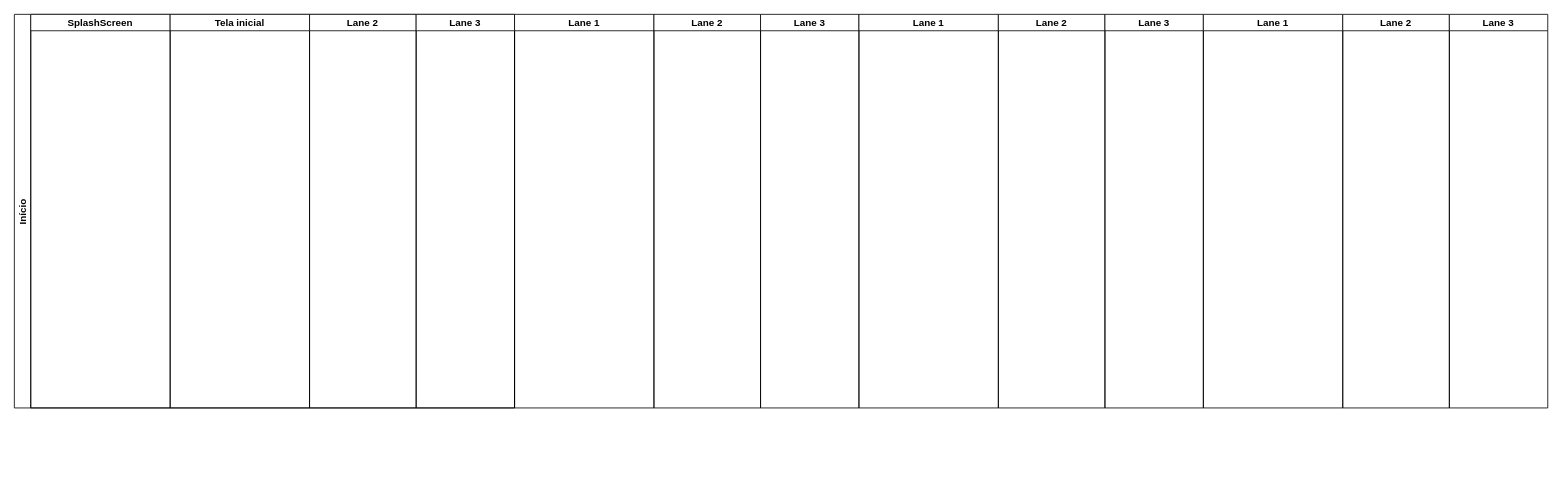
Before: page "Cliente" (1 of 2) of diagrama_de_atividades.drawio in VicMCA/CesarNExT, a draw.io diagram. Source tidied: cells renumbered, new cells numbered last; positions are measured from the earlier drawing's top-left corner, leaving out a move shared by most shapes. Both pictures are drawn from the tidied source at 82%, with x=0, y=0 at pixel (14, 14).
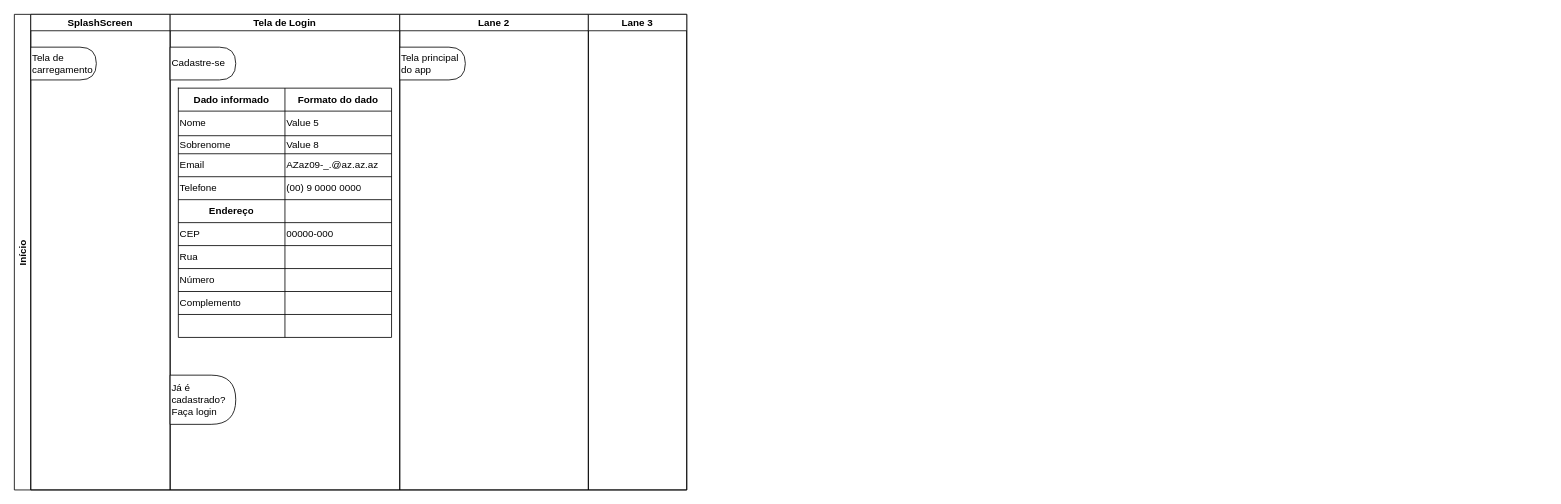
After the change.

The edit, as a diff of the source:
```diff
@@
-    <mxCell id="2" value="Início" style="swimlane;startSize=20;horizontal=0;rounded=0;sketch=0;" parent="1" vertex="1">
-      <mxGeometry width="610" height="480" as="geometry" />
+    <mxCell id="2" value="Início" style="swimlane;startSize=20;horizontal=0;rounded=0;sketch=0;fillColor=default;strokeColor=#000000;" parent="1" vertex="1">
+      <mxGeometry width="820" height="580" as="geometry" />
     </mxCell>
     <mxCell id="3" value="SplashScreen" style="swimlane;startSize=20;rounded=0;sketch=0;" parent="2" vertex="1">
-      <mxGeometry x="20" width="170" height="480" as="geometry" />
+      <mxGeometry x="20" width="170" height="580" as="geometry" />
     </mxCell>
+    <mxCell id="16" value="Tela de carregamento" style="shape=delay;whiteSpace=wrap;html=1;rounded=0;sketch=0;align=left;" parent="3" vertex="1">
+      <mxGeometry y="40" width="80" height="40" as="geometry" />
+    </mxCell>
-    <mxCell id="4" value="Tela inicial" style="swimlane;startSize=20;rounded=0;sketch=0;" parent="2" vertex="1">
-      <mxGeometry x="190" width="170" height="480" as="geometry" />
+    <mxCell id="4" value="Tela de Login" style="swimlane;startSize=20;rounded=0;sketch=0;" parent="2" vertex="1">
+      <mxGeometry x="190" width="280" height="580" as="geometry" />
     </mxCell>
+    <mxCell id="17" value="Cadastre-se" style="shape=delay;whiteSpace=wrap;html=1;rounded=0;sketch=0;align=left;" parent="4" vertex="1">
+      <mxGeometry y="40" width="80" height="40" as="geometry" />
+    </mxCell>
+    <mxCell id="18" value="Já é cadastrado? Faça login" style="shape=delay;whiteSpace=wrap;html=1;rounded=0;sketch=0;align=left;" parent="4" vertex="1">
+      <mxGeometry y="440" width="80" height="60" as="geometry" />
+    </mxCell>
+    <mxCell id="19" style="shape=table;html=1;whiteSpace=wrap;startSize=0;childLayout=tableLayout;columnLines=1;rowLines=1;rounded=0;labelBackgroundColor=#FFFFFF;sketch=0;align=left;labelBorderColor=#000000;" parent="4" vertex="1">
+      <mxGeometry x="10" y="90" width="260" height="304" as="geometry" />
+    </mxCell>
+    <mxCell id="20" style="shape=partialRectangle;html=1;whiteSpace=wrap;fillColor=none;top=0;left=0;bottom=0;right=0;rounded=0;labelBackgroundColor=#FFFFFF;sketch=0;fontColor=#000000;strokeColor=#000000;align=left;" parent="19" vertex="1">
+      <mxGeometry width="260" height="28" as="geometry" />
+    </mxCell>
+    <mxCell id="21" value="Dado informado" style="shape=partialRectangle;html=1;whiteSpace=wrap;fillColor=none;top=0;left=0;bottom=0;right=0;overflow=hidden;rounded=0;labelBackgroundColor=#FFFFFF;sketch=0;fontColor=#000000;strokeColor=#000000;align=center;fontStyle=1;" parent="20" vertex="1">
+      <mxGeometry width="130" height="28" as="geometry" />
+    </mxCell>
+    <mxCell id="22" value="Formato do dado&lt;span style=&quot;white-space: pre&quot;&gt;&lt;/span&gt;" style="shape=partialRectangle;html=1;whiteSpace=wrap;fillColor=none;top=0;left=0;bottom=0;right=0;overflow=hidden;rounded=0;labelBackgroundColor=#FFFFFF;sketch=0;fontColor=#000000;strokeColor=#000000;align=center;fontStyle=1;" parent="20" vertex="1">
+      <mxGeometry x="130" width="130" height="28" as="geometry" />
+    </mxCell>
+    <mxCell id="23" style="shape=partialRectangle;html=1;whiteSpace=wrap;fillColor=none;top=0;left=0;bottom=0;right=0;rounded=0;labelBackgroundColor=#FFFFFF;sketch=0;fontColor=#000000;strokeColor=#000000;align=left;" parent="19" vertex="1">
+      <mxGeometry y="28" width="260" height="30" as="geometry" />
+    </mxCell>
+    <mxCell id="24" value="Nome" style="shape=partialRectangle;html=1;whiteSpace=wrap;fillColor=none;top=0;left=0;bottom=0;right=0;overflow=hidden;rounded=0;labelBackgroundColor=#FFFFFF;sketch=0;fontColor=#000000;strokeColor=#000000;align=left;" parent="23" vertex="1">
+      <mxGeometry width="130" height="30" as="geometry" />
+    </mxCell>
+    <mxCell id="25" value="Value 5" style="shape=partialRectangle;html=1;whiteSpace=wrap;fillColor=none;top=0;left=0;bottom=0;right=0;overflow=hidden;rounded=0;labelBackgroundColor=#FFFFFF;sketch=0;fontColor=#000000;strokeColor=#000000;align=left;" parent="23" vertex="1">
+      <mxGeometry x="130" width="130" height="30" as="geometry" />
+    </mxCell>
+    <mxCell id="26" style="shape=partialRectangle;html=1;whiteSpace=wrap;fillColor=none;top=0;left=0;bottom=0;right=0;rounded=0;labelBackgroundColor=#FFFFFF;sketch=0;fontColor=#000000;strokeColor=#000000;align=left;" parent="19" vertex="1">
+      <mxGeometry y="58" width="260" height="22" as="geometry" />
+    </mxCell>
+    <mxCell id="27" value="Sobrenome" style="shape=partialRectangle;html=1;whiteSpace=wrap;fillColor=none;top=0;left=0;bottom=0;right=0;overflow=hidden;rounded=0;labelBackgroundColor=#FFFFFF;sketch=0;fontColor=#000000;strokeColor=#000000;align=left;" parent="26" vertex="1">
+      <mxGeometry width="130" height="22" as="geometry" />
+    </mxCell>
+    <mxCell id="28" value="Value 8" style="shape=partialRectangle;html=1;whiteSpace=wrap;fillColor=none;top=0;left=0;bottom=0;right=0;overflow=hidden;rounded=0;labelBackgroundColor=#FFFFFF;sketch=0;fontColor=#000000;strokeColor=#000000;align=left;" parent="26" vertex="1">
+      <mxGeometry x="130" width="130" height="22" as="geometry" />
+    </mxCell>
+    <mxCell id="29" style="shape=partialRectangle;html=1;whiteSpace=wrap;fillColor=none;top=0;left=0;bottom=0;right=0;rounded=0;labelBackgroundColor=#FFFFFF;sketch=0;fontColor=#000000;strokeColor=#000000;align=left;" parent="19" vertex="1">
+      <mxGeometry y="80" width="260" height="28" as="geometry" />
+    </mxCell>
+    <mxCell id="30" value="Email" style="shape=partialRectangle;html=1;whiteSpace=wrap;fillColor=none;top=0;left=0;bottom=0;right=0;overflow=hidden;rounded=0;labelBackgroundColor=#FFFFFF;sketch=0;fontColor=#000000;strokeColor=#000000;align=left;" parent="29" vertex="1">
+      <mxGeometry width="130" height="28" as="geometry" />
+    </mxCell>
+    <mxCell id="31" value="AZaz09-_.@az.az.az" style="shape=partialRectangle;html=1;whiteSpace=wrap;fillColor=none;top=0;left=0;bottom=0;right=0;overflow=hidden;rounded=0;labelBackgroundColor=#FFFFFF;sketch=0;fontColor=#000000;strokeColor=#000000;align=left;" parent="29" vertex="1">
+      <mxGeometry x="130" width="130" height="28" as="geometry" />
+    </mxCell>
+    <mxCell id="32" style="shape=partialRectangle;html=1;whiteSpace=wrap;fillColor=none;top=0;left=0;bottom=0;right=0;rounded=0;labelBackgroundColor=#FFFFFF;sketch=0;fontColor=#000000;strokeColor=#000000;align=left;" parent="19" vertex="1">
+      <mxGeometry y="108" width="260" height="28" as="geometry" />
+    </mxCell>
+    <mxCell id="33" value="Telefone" style="shape=partialRectangle;html=1;whiteSpace=wrap;fillColor=none;top=0;left=0;bottom=0;right=0;overflow=hidden;rounded=0;labelBackgroundColor=#FFFFFF;sketch=0;fontColor=#000000;strokeColor=#000000;align=left;" parent="32" vertex="1">
+      <mxGeometry width="130" height="28" as="geometry" />
+    </mxCell>
+    <mxCell id="34" value="(00) 9 0000 0000" style="shape=partialRectangle;html=1;whiteSpace=wrap;fillColor=none;top=0;left=0;bottom=0;right=0;overflow=hidden;rounded=0;labelBackgroundColor=#FFFFFF;sketch=0;fontColor=#000000;strokeColor=#000000;align=left;" parent="32" vertex="1">
+      <mxGeometry x="130" width="130" height="28" as="geometry" />
+    </mxCell>
+    <mxCell id="35" style="shape=partialRectangle;html=1;whiteSpace=wrap;fillColor=none;top=0;left=0;bottom=0;right=0;rounded=0;labelBackgroundColor=#FFFFFF;sketch=0;fontColor=#000000;strokeColor=#000000;align=left;" parent="19" vertex="1">
+      <mxGeometry y="136" width="260" height="28" as="geometry" />
+    </mxCell>
+    <mxCell id="36" value="Endereço" style="shape=partialRectangle;html=1;whiteSpace=wrap;fillColor=none;top=0;left=0;bottom=0;right=0;overflow=hidden;rounded=0;labelBackgroundColor=#FFFFFF;sketch=0;fontColor=#000000;strokeColor=#000000;align=center;labelBorderColor=none;fontStyle=1;" parent="35" vertex="1">
+      <mxGeometry width="130" height="28" as="geometry" />
+    </mxCell>
+    <mxCell id="37" style="shape=partialRectangle;html=1;whiteSpace=wrap;fillColor=none;top=0;left=0;bottom=0;right=0;overflow=hidden;rounded=0;labelBackgroundColor=#FFFFFF;sketch=0;fontColor=#000000;strokeColor=#000000;align=left;" parent="35" vertex="1">
+      <mxGeometry x="130" width="130" height="28" as="geometry" />
+    </mxCell>
+    <mxCell id="38" style="shape=partialRectangle;html=1;whiteSpace=wrap;fillColor=none;top=0;left=0;bottom=0;right=0;rounded=0;labelBackgroundColor=#FFFFFF;sketch=0;fontColor=#000000;strokeColor=#000000;align=left;" parent="19" vertex="1">
+      <mxGeometry y="164" width="260" height="28" as="geometry" />
+    </mxCell>
+    <mxCell id="39" value="CEP" style="shape=partialRectangle;html=1;whiteSpace=wrap;fillColor=none;top=0;left=0;bottom=0;right=0;overflow=hidden;rounded=0;labelBackgroundColor=#FFFFFF;sketch=0;fontColor=#000000;strokeColor=#000000;align=left;labelBorderColor=none;fontStyle=0;" parent="38" vertex="1">
+      <mxGeometry width="130" height="28" as="geometry" />
+    </mxCell>
+    <mxCell id="40" value="00000-000" style="shape=partialRectangle;html=1;whiteSpace=wrap;fillColor=none;top=0;left=0;bottom=0;right=0;overflow=hidden;rounded=0;labelBackgroundColor=#FFFFFF;sketch=0;fontColor=#000000;strokeColor=#000000;align=left;" parent="38" vertex="1">
+      <mxGeometry x="130" width="130" height="28" as="geometry" />
+    </mxCell>
+    <mxCell id="41" style="shape=partialRectangle;html=1;whiteSpace=wrap;fillColor=none;top=0;left=0;bottom=0;right=0;rounded=0;labelBackgroundColor=#FFFFFF;sketch=0;fontColor=#000000;strokeColor=#000000;align=left;" parent="19" vertex="1">
+      <mxGeometry y="192" width="260" height="28" as="geometry" />
+    </mxCell>
+    <mxCell id="42" value="Rua" style="shape=partialRectangle;html=1;whiteSpace=wrap;fillColor=none;top=0;left=0;bottom=0;right=0;overflow=hidden;rounded=0;labelBackgroundColor=#FFFFFF;sketch=0;fontColor=#000000;strokeColor=#000000;align=left;labelBorderColor=none;fontStyle=0;" parent="41" vertex="1">
+      <mxGeometry width="130" height="28" as="geometry" />
+    </mxCell>
+    <mxCell id="43" style="shape=partialRectangle;html=1;whiteSpace=wrap;fillColor=none;top=0;left=0;bottom=0;right=0;overflow=hidden;rounded=0;labelBackgroundColor=#FFFFFF;sketch=0;fontColor=#000000;strokeColor=#000000;align=left;" parent="41" vertex="1">
+      <mxGeometry x="130" width="130" height="28" as="geometry" />
+    </mxCell>
+    <mxCell id="44" style="shape=partialRectangle;html=1;whiteSpace=wrap;fillColor=none;top=0;left=0;bottom=0;right=0;rounded=0;labelBackgroundColor=#FFFFFF;sketch=0;fontColor=#000000;strokeColor=#000000;align=left;" parent="19" vertex="1">
+      <mxGeometry y="220" width="260" height="28" as="geometry" />
+    </mxCell>
+    <mxCell id="45" value="Número&lt;span style=&quot;white-space: pre&quot;&gt;&lt;/span&gt;&lt;span style=&quot;white-space: pre&quot;&gt;&lt;/span&gt;&lt;span style=&quot;white-space: pre&quot;&gt;&lt;/span&gt;" style="shape=partialRectangle;html=1;whiteSpace=wrap;fillColor=none;top=0;left=0;bottom=0;right=0;overflow=hidden;rounded=0;labelBackgroundColor=#FFFFFF;sketch=0;fontColor=#000000;strokeColor=#000000;align=left;labelBorderColor=none;fontStyle=0;" parent="44" vertex="1">
+      <mxGeometry width="130" height="28" as="geometry" />
+    </mxCell>
+    <mxCell id="46" style="shape=partialRectangle;html=1;whiteSpace=wrap;fillColor=none;top=0;left=0;bottom=0;right=0;overflow=hidden;rounded=0;labelBackgroundColor=#FFFFFF;sketch=0;fontColor=#000000;strokeColor=#000000;align=left;" parent="44" vertex="1">
+      <mxGeometry x="130" width="130" height="28" as="geometry" />
+    </mxCell>
+    <mxCell id="47" style="shape=partialRectangle;html=1;whiteSpace=wrap;fillColor=none;top=0;left=0;bottom=0;right=0;rounded=0;labelBackgroundColor=#FFFFFF;sketch=0;fontColor=#000000;strokeColor=#000000;align=left;" parent="19" vertex="1">
+      <mxGeometry y="248" width="260" height="28" as="geometry" />
+    </mxCell>
+    <mxCell id="48" value="Complemento" style="shape=partialRectangle;html=1;whiteSpace=wrap;fillColor=none;top=0;left=0;bottom=0;right=0;overflow=hidden;rounded=0;labelBackgroundColor=#FFFFFF;sketch=0;fontColor=#000000;strokeColor=#000000;align=left;labelBorderColor=none;fontStyle=0;" parent="47" vertex="1">
+      <mxGeometry width="130" height="28" as="geometry" />
+    </mxCell>
+    <mxCell id="49" style="shape=partialRectangle;html=1;whiteSpace=wrap;fillColor=none;top=0;left=0;bottom=0;right=0;overflow=hidden;rounded=0;labelBackgroundColor=#FFFFFF;sketch=0;fontColor=#000000;strokeColor=#000000;align=left;" parent="47" vertex="1">
+      <mxGeometry x="130" width="130" height="28" as="geometry" />
+    </mxCell>
+    <mxCell id="50" style="shape=partialRectangle;html=1;whiteSpace=wrap;fillColor=none;top=0;left=0;bottom=0;right=0;rounded=0;labelBackgroundColor=#FFFFFF;sketch=0;fontColor=#000000;strokeColor=#000000;align=left;" parent="19" vertex="1">
+      <mxGeometry y="276" width="260" height="28" as="geometry" />
+    </mxCell>
+    <mxCell id="51" style="shape=partialRectangle;html=1;whiteSpace=wrap;fillColor=none;top=0;left=0;bottom=0;right=0;overflow=hidden;rounded=0;labelBackgroundColor=#FFFFFF;sketch=0;fontColor=#000000;strokeColor=#000000;align=left;labelBorderColor=none;fontStyle=0;" parent="50" vertex="1">
+      <mxGeometry width="130" height="28" as="geometry" />
+    </mxCell>
+    <mxCell id="52" style="shape=partialRectangle;html=1;whiteSpace=wrap;fillColor=none;top=0;left=0;bottom=0;right=0;overflow=hidden;rounded=0;labelBackgroundColor=#FFFFFF;sketch=0;fontColor=#000000;strokeColor=#000000;align=left;" parent="50" vertex="1">
+      <mxGeometry x="130" width="130" height="28" as="geometry" />
+    </mxCell>
     <mxCell id="5" value="Lane 2" style="swimlane;startSize=20;rounded=0;sketch=0;" parent="2" vertex="1">
-      <mxGeometry x="360" width="130" height="480" as="geometry" />
+      <mxGeometry x="470" width="230" height="580" as="geometry" />
     </mxCell>
+    <mxCell id="53" value="Tela principal do app" style="shape=delay;whiteSpace=wrap;html=1;rounded=0;sketch=0;align=left;" parent="5" vertex="1">
+      <mxGeometry y="40" width="80" height="40" as="geometry" />
+    </mxCell>
     <mxCell id="6" value="Lane 3" style="swimlane;startSize=20;rounded=0;sketch=0;" parent="2" vertex="1">
-      <mxGeometry x="490" width="120" height="480" as="geometry" />
+      <mxGeometry x="700" width="120" height="580" as="geometry" />
     </mxCell>
-    <mxCell id="7" value="Lane 1" style="swimlane;startSize=20;rounded=0;sketch=0;" parent="1" vertex="1">
-      <mxGeometry x="610" width="170" height="480" as="geometry" />
-    </mxCell>
-    <mxCell id="8" value="Lane 2" style="swimlane;startSize=20;rounded=0;sketch=0;" parent="1" vertex="1">
-      <mxGeometry x="780" width="130" height="480" as="geometry" />
-    </mxCell>
-    <mxCell id="9" value="Lane 3" style="swimlane;startSize=20;rounded=0;sketch=0;" parent="1" vertex="1">
-      <mxGeometry x="910" width="120" height="480" as="geometry" />
-    </mxCell>
-    <mxCell id="10" value="Lane 1" style="swimlane;startSize=20;rounded=0;sketch=0;" parent="1" vertex="1">
-      <mxGeometry x="1030" width="170" height="480" as="geometry" />
-    </mxCell>
-    <mxCell id="11" value="Lane 2" style="swimlane;startSize=20;rounded=0;sketch=0;" parent="1" vertex="1">
-      <mxGeometry x="1200" width="130" height="480" as="geometry" />
-    </mxCell>
-    <mxCell id="12" value="Lane 3" style="swimlane;startSize=20;rounded=0;sketch=0;" parent="1" vertex="1">
-      <mxGeometry x="1330" width="120" height="480" as="geometry" />
-    </mxCell>
-    <mxCell id="13" value="Lane 1" style="swimlane;startSize=20;rounded=0;sketch=0;" parent="1" vertex="1">
-      <mxGeometry x="1450" width="170" height="480" as="geometry" />
-    </mxCell>
-    <mxCell id="14" value="Lane 2" style="swimlane;startSize=20;rounded=0;sketch=0;" parent="1" vertex="1">
-      <mxGeometry x="1620" width="130" height="480" as="geometry" />
-    </mxCell>
-    <mxCell id="15" value="Lane 3" style="swimlane;startSize=20;rounded=0;sketch=0;" parent="1" vertex="1">
-      <mxGeometry x="1750" width="120" height="480" as="geometry" />
-    </mxCell>
```
